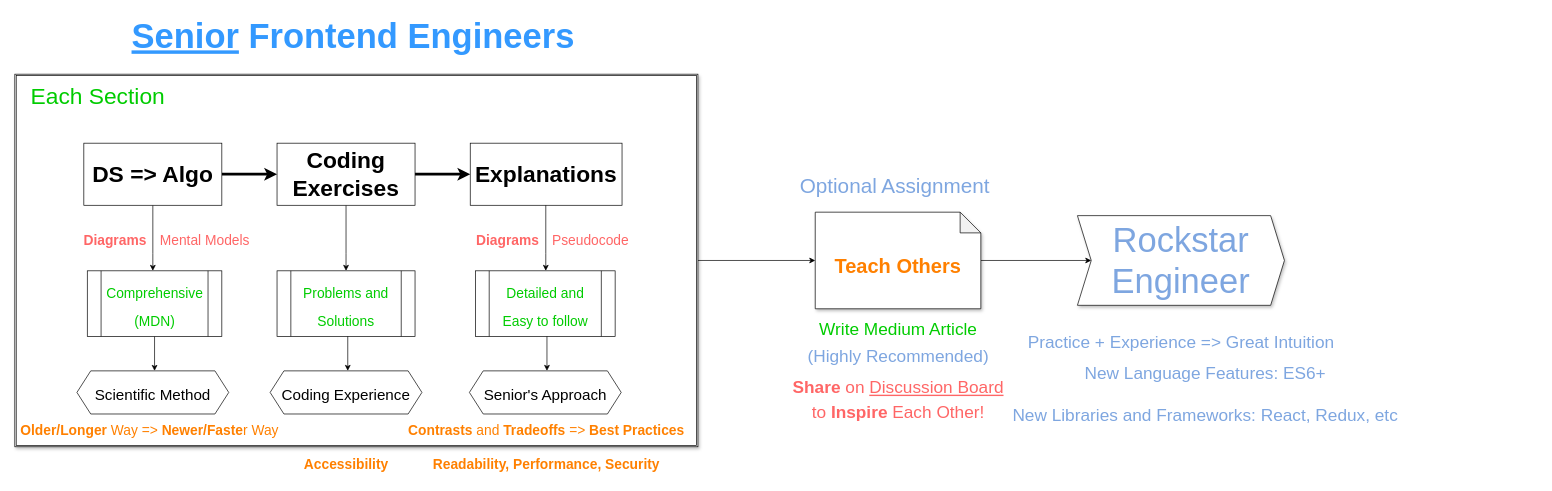
This is page "Section Structure" (3 of 3) of overview.drawio from 1-11-1/FrontendCourse2021, a draw.io file, before an edit. Source tidied: cells renumbered, new cells numbered last; positions are measured from the earlier drawing's top-left corner, leaving out a move shared by most shapes. Both pictures are drawn from the tidied source at 69%, with x=0, y=0 at pixel (14, 12).
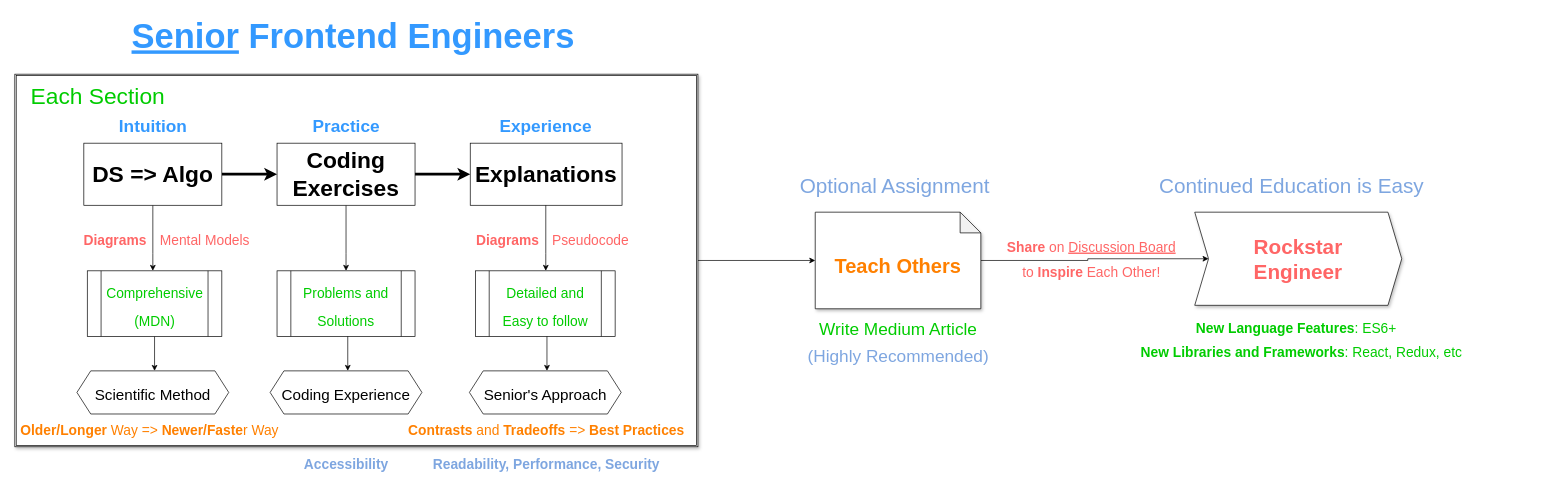
The same page after the edit.

What changed in the source:
```diff
@@
-    <mxCell id="28" value="&lt;font style=&quot;font-size: 25px&quot;&gt;&lt;b&gt;Share&lt;/b&gt; on &lt;u&gt;Discussion Board &lt;/u&gt;&lt;br&gt;to &lt;b&gt;Inspire&lt;/b&gt; Each Other!&lt;/font&gt;" style="text;html=1;align=center;verticalAlign=middle;fillColor=none;strokeColor=none;rounded=0;shadow=1;fontSize=30;fontColor=#FF6666;" parent="1" vertex="1">
-      <mxGeometry x="1120" y="520" width="320" height="80" as="geometry" />
+    <mxCell id="28" value="&lt;font style=&quot;font-size: 20px&quot;&gt;&lt;b&gt;Share&lt;/b&gt; on &lt;u&gt;Discussion Board &lt;/u&gt;&lt;br&gt;to &lt;b&gt;Inspire&lt;/b&gt; Each Other!&lt;/font&gt;" style="text;html=1;align=center;verticalAlign=middle;fillColor=none;strokeColor=none;rounded=0;shadow=1;fontSize=30;fontColor=#FF6666;" parent="1" vertex="1">
+      <mxGeometry x="1430" y="310" width="260" height="90" as="geometry" />
     </mxCell>
@@
-    <mxCell id="33" value="&lt;b&gt;Readability, Performance, Security&lt;/b&gt;" style="text;html=1;align=center;verticalAlign=middle;fillColor=none;strokeColor=none;rounded=0;shadow=1;fontSize=20;fontColor=#FF8000;" parent="1" vertex="1">
+    <mxCell id="33" value="&lt;b&gt;Readability, Performance, Security&lt;/b&gt;" style="text;html=1;align=center;verticalAlign=middle;fillColor=none;strokeColor=none;rounded=0;shadow=1;fontSize=20;fontColor=#7EA6E0;" parent="1" vertex="1">
       <mxGeometry x="600" y="640" width="340" height="30" as="geometry" />
     </mxCell>
-    <mxCell id="34" value="&lt;b&gt;Accessibility&lt;/b&gt;" style="text;html=1;align=center;verticalAlign=middle;fillColor=none;strokeColor=none;rounded=0;shadow=1;fontSize=20;fontColor=#FF8000;" parent="1" vertex="1">
+    <mxCell id="34" value="&lt;b&gt;&lt;font color=&quot;#7ea6e0&quot;&gt;Accessibility&lt;/font&gt;&lt;/b&gt;" style="text;html=1;align=center;verticalAlign=middle;fillColor=none;strokeColor=none;rounded=0;shadow=1;fontSize=20;fontColor=#3399FF;" parent="1" vertex="1">
       <mxGeometry x="410" y="640" width="140" height="30" as="geometry" />
     </mxCell>
@@
-    <mxCell id="37" value="Rockstar Engineer" style="shape=step;perimeter=stepPerimeter;whiteSpace=wrap;html=1;fixedSize=1;rounded=0;shadow=1;fontSize=50;fontColor=#7EA6E0;" parent="1" vertex="1">
-      <mxGeometry x="1540" y="295" width="300" height="130" as="geometry" />
+    <mxCell id="37" value="&lt;b&gt;&lt;font color=&quot;#ff6666&quot;&gt;Rockstar &lt;br&gt;Engineer&lt;/font&gt;&lt;/b&gt;" style="shape=step;perimeter=stepPerimeter;whiteSpace=wrap;html=1;fixedSize=1;rounded=0;shadow=1;fontSize=30;fontColor=#00CC00;" parent="1" vertex="1">
+      <mxGeometry x="1710" y="290" width="300" height="135" as="geometry" />
     </mxCell>
-    <mxCell id="38" value="&lt;font style=&quot;font-size: 25px&quot;&gt;Practice + Experience =&amp;gt; Great Intuition&lt;/font&gt;" style="text;html=1;align=center;verticalAlign=middle;fillColor=none;strokeColor=none;rounded=0;shadow=1;fontSize=50;fontColor=#7EA6E0;" parent="1" vertex="1">
-      <mxGeometry x="1460" y="430" width="460" height="80" as="geometry" />
-    </mxCell>
-    <mxCell id="39" value="&lt;span style=&quot;font-size: 25px&quot;&gt;New Language Features: ES6+&lt;br&gt;New Libraries and Frameworks: React, Redux, etc&lt;br&gt;&lt;/span&gt;" style="text;html=1;align=center;verticalAlign=middle;fillColor=none;strokeColor=none;rounded=0;shadow=1;fontSize=50;fontColor=#7EA6E0;" parent="1" vertex="1">
-      <mxGeometry x="1440" y="470" width="570" height="150" as="geometry" />
+    <mxCell id="39" value="&lt;span style=&quot;font-size: 25px&quot;&gt;&lt;br&gt;&lt;/span&gt;" style="text;html=1;align=center;verticalAlign=middle;fillColor=none;strokeColor=none;rounded=0;shadow=1;fontSize=50;fontColor=#7EA6E0;" parent="1" vertex="1">
+      <mxGeometry x="1715" y="505" width="20" height="80" as="geometry" />
     </mxCell>
+    <mxCell id="40" value="&lt;span style=&quot;font-family: &amp;#34;helvetica&amp;#34; ; font-style: normal ; letter-spacing: normal ; text-align: center ; text-indent: 0px ; text-transform: none ; word-spacing: 0px ; background-color: rgb(255 , 255 , 255) ; display: inline ; float: none&quot;&gt;&lt;font style=&quot;font-size: 20px&quot;&gt;&lt;b&gt;New Language Features&lt;/b&gt;: ES6+&lt;/font&gt;&lt;/span&gt;" style="text;whiteSpace=wrap;html=1;fontSize=30;fontColor=#00CC00;" parent="1" vertex="1">
+      <mxGeometry x="1710" y="430" width="380" height="50" as="geometry" />
+    </mxCell>
+    <mxCell id="41" value="&lt;span style=&quot;font-family: &amp;#34;helvetica&amp;#34; ; font-style: normal ; letter-spacing: normal ; text-align: center ; text-indent: 0px ; text-transform: none ; word-spacing: 0px ; background-color: rgb(255 , 255 , 255) ; display: inline ; float: none&quot;&gt;&lt;font style=&quot;font-size: 20px&quot;&gt;&lt;b&gt;New Libraries and Frameworks&lt;/b&gt;: React, Redux, etc&lt;/font&gt;&lt;/span&gt;" style="text;whiteSpace=wrap;html=1;fontSize=30;fontColor=#00CC00;" parent="1" vertex="1">
+      <mxGeometry x="1630" y="465" width="580" height="50" as="geometry" />
+    </mxCell>
+    <mxCell id="42" value="&lt;font color=&quot;#3399ff&quot; style=&quot;font-size: 25px&quot;&gt;Experience&lt;/font&gt;" style="text;html=1;align=center;verticalAlign=middle;fillColor=none;strokeColor=none;rounded=0;shadow=1;fontSize=20;fontColor=#FF6666;fontStyle=1;" parent="1" vertex="1">
+      <mxGeometry x="693.8" y="150" width="150" height="30" as="geometry" />
+    </mxCell>
+    <mxCell id="43" value="&lt;font color=&quot;#3399ff&quot; style=&quot;font-size: 25px&quot;&gt;Practice&lt;/font&gt;" style="text;html=1;align=center;verticalAlign=middle;fillColor=none;strokeColor=none;rounded=0;shadow=1;fontSize=20;fontColor=#FF6666;fontStyle=1;" parent="1" vertex="1">
+      <mxGeometry x="425" y="150" width="110" height="30" as="geometry" />
+    </mxCell>
+    <mxCell id="44" value="&lt;font color=&quot;#3399ff&quot; style=&quot;font-size: 25px&quot;&gt;Intuition&lt;/font&gt;" style="text;html=1;align=center;verticalAlign=middle;fillColor=none;strokeColor=none;rounded=0;shadow=1;fontSize=20;fontColor=#FF6666;fontStyle=1;" parent="1" vertex="1">
+      <mxGeometry x="145" y="150" width="110" height="30" as="geometry" />
+    </mxCell>
+    <mxCell id="45" value="&lt;font style=&quot;font-size: 30px&quot;&gt;Continued Education is Easy&lt;/font&gt;" style="text;html=1;align=center;verticalAlign=middle;fillColor=none;strokeColor=none;rounded=0;shadow=1;fontSize=50;fontColor=#7EA6E0;" parent="1" vertex="1">
+      <mxGeometry x="1650" y="210" width="400" height="70" as="geometry" />
+    </mxCell>
```
